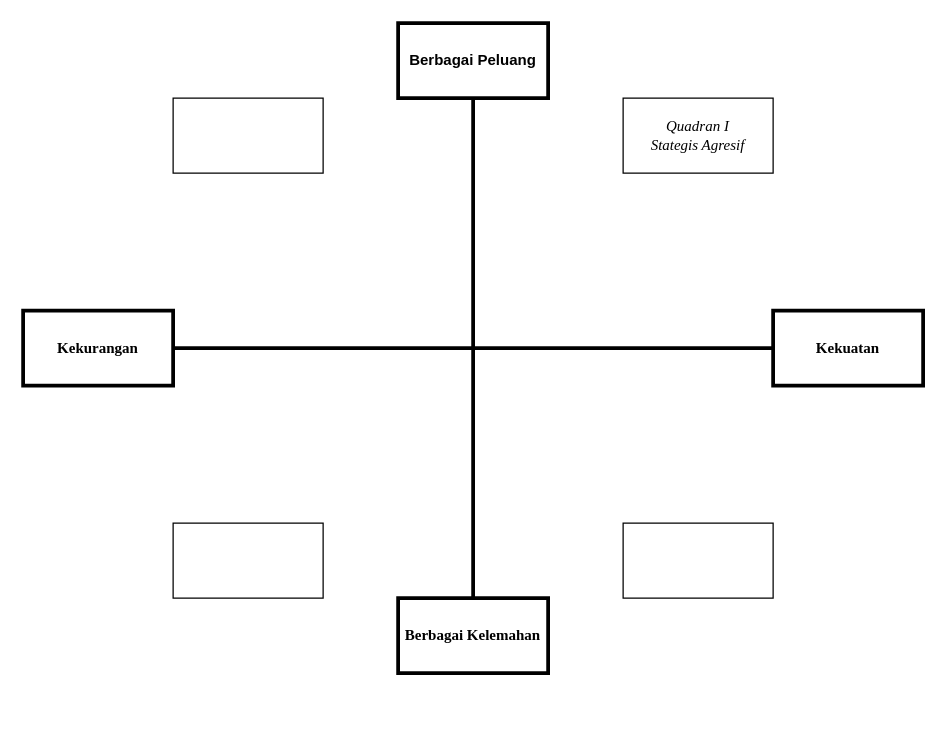
Before: dump-diagrams/quadran-diagram-diah.drawio in xoghub/diagrams, a draw.io diagram. Source tidied: cells renumbered, new cells numbered last; positions are measured from the earlier drawing's top-left corner, leaving out a move shared by most shapes. Both pictures are drawn from the tidied source at 125%, with x=0, y=0 at pixel (22, 22).
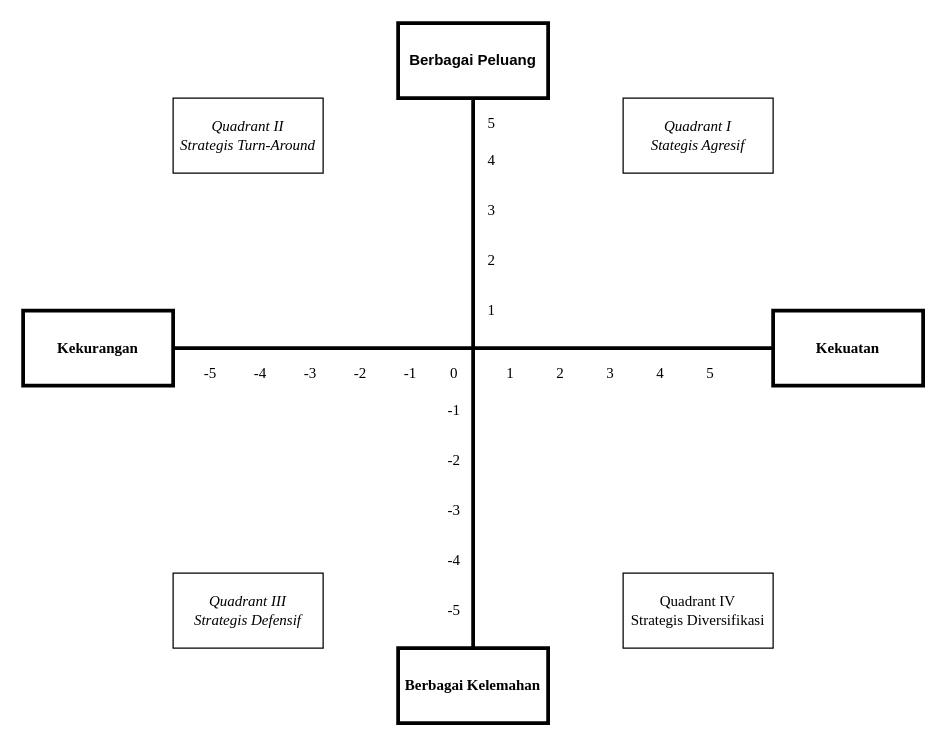
After the change.

Diff of the diagram source:
```diff
@@
     <mxCell id="5" value="&lt;b&gt;&lt;font face=&quot;Times New Roman&quot;&gt;Berbagai Kelemahan&lt;/font&gt;&lt;/b&gt;" style="rounded=0;whiteSpace=wrap;html=1;strokeWidth=3;" parent="1" vertex="1">
-      <mxGeometry x="300" y="460" width="120" height="60" as="geometry" />
+      <mxGeometry x="300" y="500" width="120" height="60" as="geometry" />
     </mxCell>
@@
-    <mxCell id="8" value="&lt;font style=&quot;font-size: 12px;&quot; face=&quot;Times New Roman&quot;&gt;&lt;i&gt;Quadran I&lt;br&gt;Stategis Agresif&lt;/i&gt;&lt;/font&gt;" style="rounded=0;whiteSpace=wrap;html=1;" parent="1" vertex="1">
+    <mxCell id="8" value="&lt;font style=&quot;font-size: 12px;&quot; face=&quot;Times New Roman&quot;&gt;&lt;i&gt;Quadrant I&lt;br&gt;Stategis Agresif&lt;/i&gt;&lt;/font&gt;" style="rounded=0;whiteSpace=wrap;html=1;" parent="1" vertex="1">
       <mxGeometry x="480" y="60" width="120" height="60" as="geometry" />
     </mxCell>
-    <mxCell id="9" style="rounded=0;whiteSpace=wrap;html=1;" parent="1" vertex="1">
+    <mxCell id="9" value="&lt;font face=&quot;Times New Roman&quot;&gt;&lt;i&gt;Quadrant&amp;nbsp;II&lt;br&gt;Strategis Turn-Around&lt;/i&gt;&lt;/font&gt;" style="rounded=0;whiteSpace=wrap;html=1;" parent="1" vertex="1">
       <mxGeometry x="120" y="60" width="120" height="60" as="geometry" />
     </mxCell>
-    <mxCell id="10" style="rounded=0;whiteSpace=wrap;html=1;" parent="1" vertex="1">
-      <mxGeometry x="120" y="400" width="120" height="60" as="geometry" />
+    <mxCell id="10" value="&lt;i&gt;&lt;font face=&quot;Times New Roman&quot;&gt;Quadrant III&lt;br&gt;Strategis Defensif&lt;/font&gt;&lt;/i&gt;" style="rounded=0;whiteSpace=wrap;html=1;" parent="1" vertex="1">
+      <mxGeometry x="120" y="440" width="120" height="60" as="geometry" />
     </mxCell>
-    <mxCell id="11" style="rounded=0;whiteSpace=wrap;html=1;" parent="1" vertex="1">
-      <mxGeometry x="480" y="400" width="120" height="60" as="geometry" />
+    <mxCell id="11" value="&lt;font face=&quot;Times New Roman&quot;&gt;Quadrant IV&lt;br&gt;Strategis Diversifikasi&lt;/font&gt;" style="rounded=0;whiteSpace=wrap;html=1;" parent="1" vertex="1">
+      <mxGeometry x="480" y="440" width="120" height="60" as="geometry" />
     </mxCell>
+    <mxCell id="12" style="group;" parent="1" vertex="1">
+      <mxGeometry x="140" y="270" width="420" height="20" as="geometry" />
+    </mxCell>
+    <mxCell id="13" value="0" style="text;html=1;strokeColor=none;fillColor=none;align=center;verticalAlign=middle;whiteSpace=wrap;rounded=0;fontFamily=Times New Roman;" parent="12" vertex="1">
+      <mxGeometry x="195" width="20" height="20" as="geometry" />
+    </mxCell>
+    <mxCell id="14" value="1" style="text;html=1;strokeColor=none;fillColor=none;align=center;verticalAlign=middle;whiteSpace=wrap;rounded=0;fontFamily=Times New Roman;" parent="12" vertex="1">
+      <mxGeometry x="240" width="20" height="20" as="geometry" />
+    </mxCell>
+    <mxCell id="15" value="2" style="text;html=1;strokeColor=none;fillColor=none;align=center;verticalAlign=middle;whiteSpace=wrap;rounded=0;fontFamily=Times New Roman;" parent="12" vertex="1">
+      <mxGeometry x="280" width="20" height="20" as="geometry" />
+    </mxCell>
+    <mxCell id="16" value="3" style="text;html=1;strokeColor=none;fillColor=none;align=center;verticalAlign=middle;whiteSpace=wrap;rounded=0;fontFamily=Times New Roman;" parent="12" vertex="1">
+      <mxGeometry x="320" width="20" height="20" as="geometry" />
+    </mxCell>
+    <mxCell id="17" value="4" style="text;html=1;strokeColor=none;fillColor=none;align=center;verticalAlign=middle;whiteSpace=wrap;rounded=0;fontFamily=Times New Roman;" parent="12" vertex="1">
+      <mxGeometry x="360" width="20" height="20" as="geometry" />
+    </mxCell>
+    <mxCell id="18" value="5" style="text;html=1;strokeColor=none;fillColor=none;align=center;verticalAlign=middle;whiteSpace=wrap;rounded=0;fontFamily=Times New Roman;" parent="12" vertex="1">
+      <mxGeometry x="400" width="20" height="20" as="geometry" />
+    </mxCell>
+    <mxCell id="19" value="-1" style="text;html=1;strokeColor=none;fillColor=none;align=center;verticalAlign=middle;whiteSpace=wrap;rounded=0;fontFamily=Times New Roman;" parent="12" vertex="1">
+      <mxGeometry x="160" width="20" height="20" as="geometry" />
+    </mxCell>
+    <mxCell id="20" value="-2" style="text;html=1;strokeColor=none;fillColor=none;align=center;verticalAlign=middle;whiteSpace=wrap;rounded=0;fontFamily=Times New Roman;" parent="12" vertex="1">
+      <mxGeometry x="120" width="20" height="20" as="geometry" />
+    </mxCell>
+    <mxCell id="21" value="-3" style="text;html=1;strokeColor=none;fillColor=none;align=center;verticalAlign=middle;whiteSpace=wrap;rounded=0;fontFamily=Times New Roman;" parent="12" vertex="1">
+      <mxGeometry x="80" width="20" height="20" as="geometry" />
+    </mxCell>
+    <mxCell id="22" value="-4" style="text;html=1;strokeColor=none;fillColor=none;align=center;verticalAlign=middle;whiteSpace=wrap;rounded=0;fontFamily=Times New Roman;" parent="12" vertex="1">
+      <mxGeometry x="40" width="20" height="20" as="geometry" />
+    </mxCell>
+    <mxCell id="23" value="-5" style="text;html=1;strokeColor=none;fillColor=none;align=center;verticalAlign=middle;whiteSpace=wrap;rounded=0;fontFamily=Times New Roman;" parent="12" vertex="1">
+      <mxGeometry width="20" height="20" as="geometry" />
+    </mxCell>
+    <mxCell id="24" value="1" style="text;html=1;strokeColor=none;fillColor=none;align=center;verticalAlign=middle;whiteSpace=wrap;rounded=0;fontFamily=Times New Roman;" parent="1" vertex="1">
+      <mxGeometry x="365" y="220" width="20" height="20" as="geometry" />
+    </mxCell>
+    <mxCell id="25" value="2" style="text;html=1;strokeColor=none;fillColor=none;align=center;verticalAlign=middle;whiteSpace=wrap;rounded=0;fontFamily=Times New Roman;" parent="1" vertex="1">
+      <mxGeometry x="365" y="180" width="20" height="20" as="geometry" />
+    </mxCell>
+    <mxCell id="26" value="3" style="text;html=1;strokeColor=none;fillColor=none;align=center;verticalAlign=middle;whiteSpace=wrap;rounded=0;fontFamily=Times New Roman;" parent="1" vertex="1">
+      <mxGeometry x="365" y="140" width="20" height="20" as="geometry" />
+    </mxCell>
+    <mxCell id="27" value="4" style="text;html=1;strokeColor=none;fillColor=none;align=center;verticalAlign=middle;whiteSpace=wrap;rounded=0;fontFamily=Times New Roman;" parent="1" vertex="1">
+      <mxGeometry x="365" y="100" width="20" height="20" as="geometry" />
+    </mxCell>
+    <mxCell id="28" value="5" style="text;html=1;strokeColor=none;fillColor=none;align=center;verticalAlign=middle;whiteSpace=wrap;rounded=0;fontFamily=Times New Roman;" parent="1" vertex="1">
+      <mxGeometry x="365" y="70" width="20" height="20" as="geometry" />
+    </mxCell>
+    <mxCell id="29" value="-1" style="text;html=1;strokeColor=none;fillColor=none;align=center;verticalAlign=middle;whiteSpace=wrap;rounded=0;fontFamily=Times New Roman;" parent="1" vertex="1">
+      <mxGeometry x="335" y="300" width="20" height="20" as="geometry" />
+    </mxCell>
+    <mxCell id="30" value="-2" style="text;html=1;strokeColor=none;fillColor=none;align=center;verticalAlign=middle;whiteSpace=wrap;rounded=0;fontFamily=Times New Roman;" parent="1" vertex="1">
+      <mxGeometry x="335" y="340" width="20" height="20" as="geometry" />
+    </mxCell>
+    <mxCell id="31" value="-3" style="text;html=1;strokeColor=none;fillColor=none;align=center;verticalAlign=middle;whiteSpace=wrap;rounded=0;fontFamily=Times New Roman;" parent="1" vertex="1">
+      <mxGeometry x="335" y="380" width="20" height="20" as="geometry" />
+    </mxCell>
+    <mxCell id="32" value="-4" style="text;html=1;strokeColor=none;fillColor=none;align=center;verticalAlign=middle;whiteSpace=wrap;rounded=0;fontFamily=Times New Roman;" parent="1" vertex="1">
+      <mxGeometry x="335" y="420" width="20" height="20" as="geometry" />
+    </mxCell>
+    <mxCell id="33" value="-5" style="text;html=1;strokeColor=none;fillColor=none;align=center;verticalAlign=middle;whiteSpace=wrap;rounded=0;fontFamily=Times New Roman;" parent="1" vertex="1">
+      <mxGeometry x="335" y="460" width="20" height="20" as="geometry" />
+    </mxCell>
```
